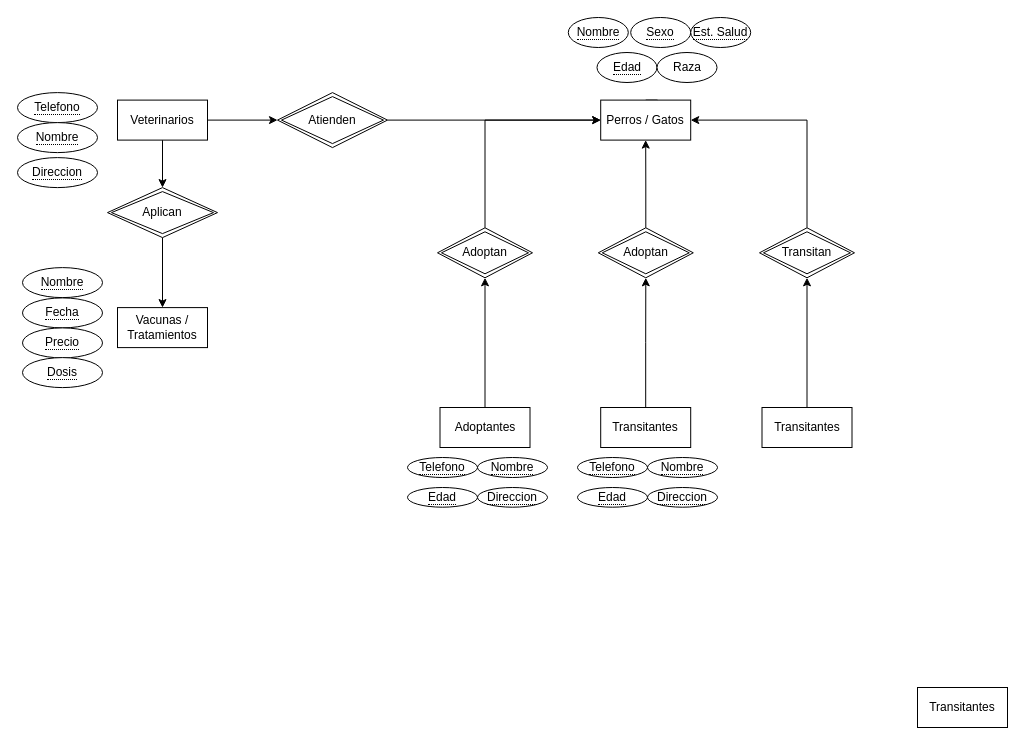
This is Diagrama sin título.drawio from Dfrugone/ITFS-4, a draw.io file, before an edit. Source tidied: cells renumbered, new cells numbered last; positions are measured from the earlier drawing's top-left corner, leaving out a move shared by most shapes. Both pictures are drawn from the tidied source at 100%, with x=0, y=0 at pixel (17, 17).
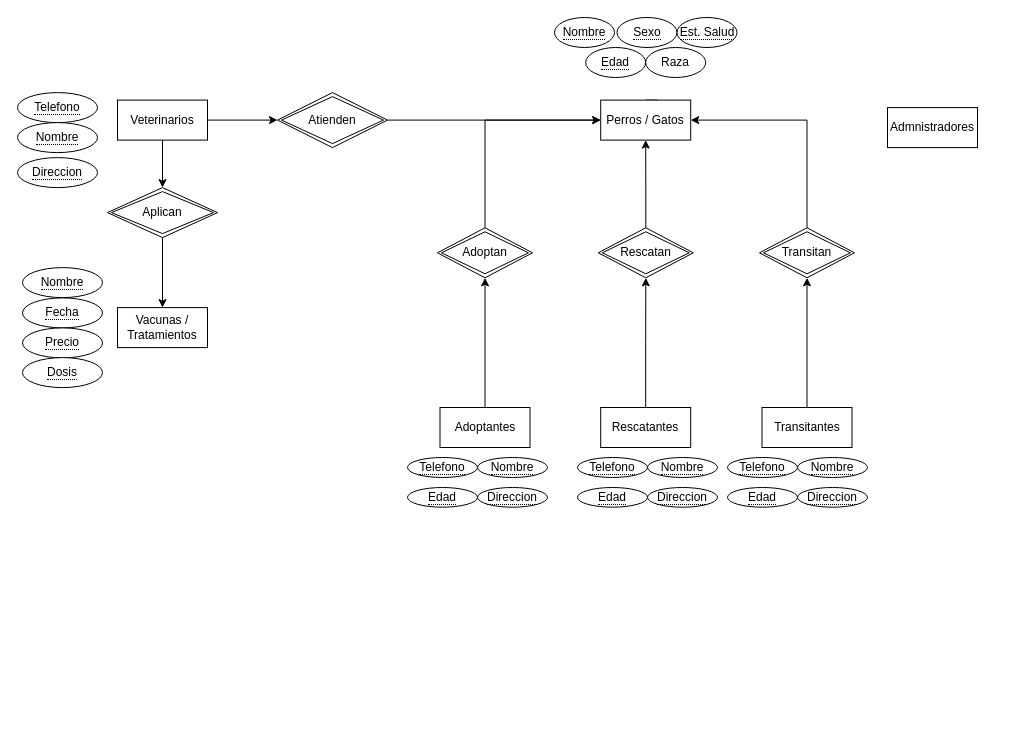
After the change.

Diff of the diagram source:
```diff
@@
     <mxCell id="2" value="&lt;span style=&quot;border-bottom: 1px dotted&quot;&gt;Nombre&lt;/span&gt;" style="ellipse;whiteSpace=wrap;html=1;align=center;" parent="1" vertex="1">
-      <mxGeometry x="550.8" width="60" height="30" as="geometry" />
+      <mxGeometry x="537" width="60" height="30" as="geometry" />
     </mxCell>
     <mxCell id="3" value="&lt;span style=&quot;border-bottom: 1px dotted&quot;&gt;Edad&lt;/span&gt;" style="ellipse;whiteSpace=wrap;html=1;align=center;" parent="1" vertex="1">
-      <mxGeometry x="579.5" y="35" width="60" height="30" as="geometry" />
+      <mxGeometry x="568.2" y="30" width="60" height="30" as="geometry" />
     </mxCell>
     <mxCell id="4" value="Raza" style="ellipse;whiteSpace=wrap;html=1;align=center;" parent="1" vertex="1">
-      <mxGeometry x="639.5" y="35" width="60" height="30" as="geometry" />
+      <mxGeometry x="628.2" y="30" width="60" height="30" as="geometry" />
     </mxCell>
     <mxCell id="5" value="&lt;span style=&quot;border-bottom: 1px dotted&quot;&gt;Sexo&lt;/span&gt;" style="ellipse;whiteSpace=wrap;html=1;align=center;" parent="1" vertex="1">
-      <mxGeometry x="613.2" width="60" height="30" as="geometry" />
+      <mxGeometry x="599.5" width="60" height="30" as="geometry" />
     </mxCell>
@@
     <mxCell id="8" value="&lt;span style=&quot;border-bottom: 1px dotted&quot;&gt;Est. Salud&lt;/span&gt;" style="ellipse;whiteSpace=wrap;html=1;align=center;" parent="1" vertex="1">
-      <mxGeometry x="673.2" width="60" height="30" as="geometry" />
+      <mxGeometry x="659.5" width="60" height="30" as="geometry" />
     </mxCell>
@@
-    <mxCell id="32" value="Transitantes" style="rounded=0;whiteSpace=wrap;html=1;" parent="1" vertex="1">
+    <mxCell id="32" value="Rescatantes" style="rounded=0;whiteSpace=wrap;html=1;" parent="1" vertex="1">
       <mxGeometry x="583.2" y="390" width="90" height="40" as="geometry" />
     </mxCell>
@@
-    <mxCell id="34" value="Adoptan" style="shape=rhombus;double=1;perimeter=rhombusPerimeter;whiteSpace=wrap;html=1;align=center;" parent="1" vertex="1">
+    <mxCell id="34" value="Rescatan" style="shape=rhombus;double=1;perimeter=rhombusPerimeter;whiteSpace=wrap;html=1;align=center;" parent="1" vertex="1">
       <mxGeometry x="580.8" y="210.3" width="95" height="50" as="geometry" />
     </mxCell>
@@
-    <mxCell id="43" value="Transitantes" style="rounded=0;whiteSpace=wrap;html=1;" parent="1" vertex="1">
-      <mxGeometry x="900" y="670" width="90" height="40" as="geometry" />
+    <mxCell id="43" value="Admnistradores" style="rounded=0;whiteSpace=wrap;html=1;" parent="1" vertex="1">
+      <mxGeometry x="870" y="90.1" width="90" height="40" as="geometry" />
     </mxCell>
@@
+    <mxCell id="46" value="&lt;span style=&quot;border-bottom: 1px dotted&quot;&gt;Nombre&lt;/span&gt;" style="ellipse;whiteSpace=wrap;html=1;align=center;" parent="1" vertex="1">
+      <mxGeometry x="780" y="440" width="70" height="20" as="geometry" />
+    </mxCell>
+    <mxCell id="47" value="&lt;span style=&quot;border-bottom: 1px dotted&quot;&gt;Edad&lt;/span&gt;" style="ellipse;whiteSpace=wrap;html=1;align=center;" parent="1" vertex="1">
+      <mxGeometry x="710" y="470" width="70" height="19.7" as="geometry" />
+    </mxCell>
+    <mxCell id="48" value="&lt;span style=&quot;border-bottom: 1px dotted&quot;&gt;Telefono&lt;/span&gt;" style="ellipse;whiteSpace=wrap;html=1;align=center;" parent="1" vertex="1">
+      <mxGeometry x="710" y="440" width="70" height="20" as="geometry" />
+    </mxCell>
+    <mxCell id="49" value="&lt;span style=&quot;border-bottom: 1px dotted&quot;&gt;Direccion&lt;/span&gt;" style="ellipse;whiteSpace=wrap;html=1;align=center;" parent="1" vertex="1">
+      <mxGeometry x="780" y="470" width="70" height="19.7" as="geometry" />
+    </mxCell>
```
